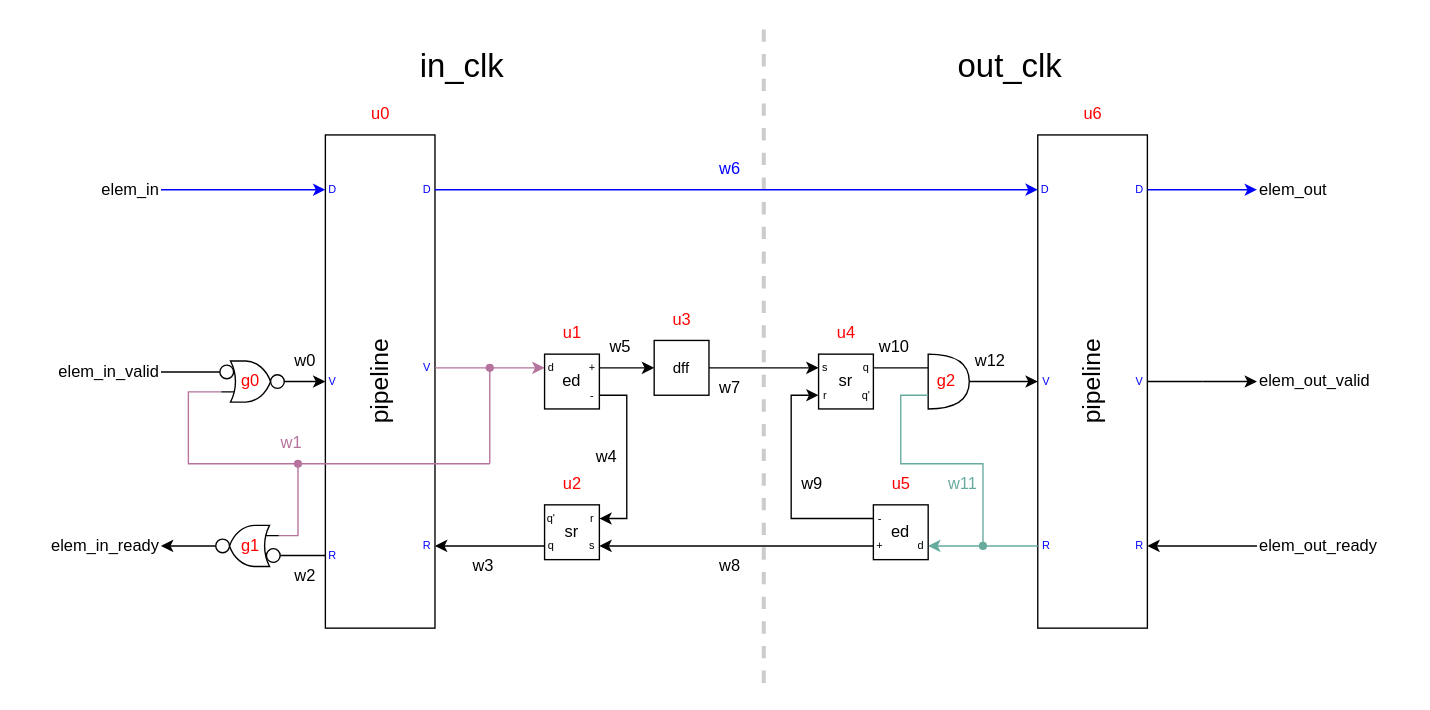
The draw.io diagram diagrams/cdc_pipeline.drawio in squared-studio/common, before the edit. Source tidied: cells renumbered, new cells numbered last; positions are measured from the earlier drawing's top-left corner, leaving out a move shared by most shapes. Both pictures are drawn from the tidied source at 137%, with x=0, y=0 at pixel (23, 25).
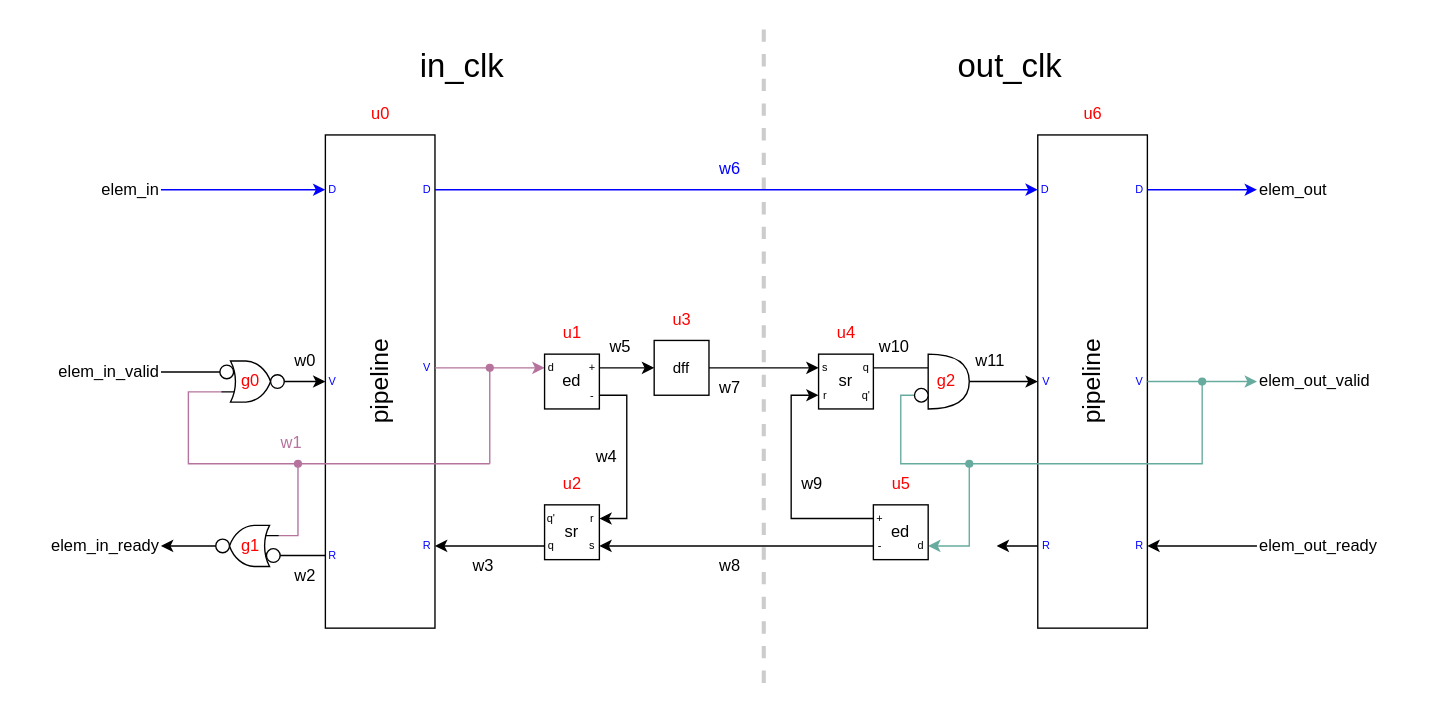
The same page after the edit.

Unchanged cells that the change refers to:
```xml
<mxCell id="21" style="shape=or;whiteSpace=wrap;html=1;direction=east;" parent="1" vertex="1">
  <mxGeometry x="660" y="240" width="30" height="40" as="geometry" />
</mxCell>
<mxCell id="72" style="group;" parent="1" vertex="1">
  <mxGeometry x="620" y="350" width="40" height="40" as="geometry" />
</mxCell>
<mxCell id="74" value="d" style="rounded=0;whiteSpace=wrap;html=1;fontSize=8;fillColor=none;strokeColor=none;" parent="72" vertex="1">
  <mxGeometry x="30" y="20" width="10" height="20" as="geometry" />
</mxCell>
```

Change to the diagram source:
```diff
@@
-    <mxCell id="24" style="endArrow=none;html=1;rounded=0;endFill=0;" parent="1" edge="1">
+    <mxCell id="24" style="endArrow=none;html=1;rounded=0;endFill=0;strokeColor=#67AB9F;" parent="1" edge="1">
       <mxGeometry relative="1" as="geometry">
         <mxPoint x="820" y="260" as="sourcePoint" />
         <mxPoint x="860" y="260" as="targetPoint" />
       </mxGeometry>
     </mxCell>
-    <mxCell id="25" style="endArrow=classic;html=1;rounded=0;" parent="1" edge="1">
+    <mxCell id="25" style="endArrow=classic;html=1;rounded=0;strokeColor=#67AB9F;" parent="1" edge="1">
       <mxGeometry relative="1" as="geometry">
         <mxPoint x="860" y="260" as="sourcePoint" />
         <mxPoint x="900" y="260" as="targetPoint" />
       </mxGeometry>
     </mxCell>
@@
     <mxCell id="68" style="edgeStyle=orthogonalEdgeStyle;rounded=0;jettySize=auto;html=1;entryX=0;entryY=0.75;entryDx=0;entryDy=0;entryPerimeter=0;endArrow=none;endFill=0;strokeColor=#67AB9F;" parent="1" edge="1" source="70" target="21">
       <mxGeometry relative="1" as="geometry">
         <Array as="points">
-          <mxPoint x="700" y="320" />
           <mxPoint x="640" y="320" />
           <mxPoint x="640" y="270" />
         </Array>
       </mxGeometry>
     </mxCell>
     <mxCell id="69" style="edgeStyle=orthogonalEdgeStyle;rounded=0;jettySize=auto;html=1;entryX=1;entryY=0.5;entryDx=0;entryDy=0;strokeColor=#67AB9F;" parent="1" edge="1" source="70" target="74">
-      <mxGeometry relative="1" as="geometry" />
+      <mxGeometry relative="1" as="geometry">
+        <Array as="points">
+          <mxPoint x="690" y="320" />
+          <mxPoint x="690" y="380" />
+        </Array>
+      </mxGeometry>
     </mxCell>
     <mxCell id="70" style="shape=waypoint;sketch=0;size=6;points=[];fillColor=none;perimeter=centerPerimeter;snapToPoint=1;strokeColor=#67AB9F;" parent="1" vertex="1">
-      <mxGeometry x="690" y="370" width="20" height="20" as="geometry" />
+      <mxGeometry x="680" y="310" width="20" height="20" as="geometry" />
     </mxCell>
-    <mxCell id="71" style="endArrow=none;html=1;rounded=0;endFill=0;startArrow=none;startFill=0;exitX=0.671;exitY=0.918;exitDx=0;exitDy=0;exitPerimeter=0;strokeColor=#67AB9F;" parent="1" edge="1" source="70">
-      <mxGeometry relative="1" as="geometry">
-        <mxPoint x="740" y="380" as="targetPoint" />
-      </mxGeometry>
-    </mxCell>
@@
-    <mxCell id="75" value="+" style="rounded=0;whiteSpace=wrap;html=1;fontSize=8;fillColor=none;strokeColor=none;" parent="72" vertex="1">
+    <mxCell id="75" value="-" style="rounded=0;whiteSpace=wrap;html=1;fontSize=8;fillColor=none;strokeColor=none;" parent="72" vertex="1">
       <mxGeometry y="20" width="10" height="20" as="geometry" />
     </mxCell>
-    <mxCell id="76" value="-" style="rounded=0;whiteSpace=wrap;html=1;fontSize=8;fillColor=none;strokeColor=none;" parent="72" vertex="1">
+    <mxCell id="76" value="+" style="rounded=0;whiteSpace=wrap;html=1;fontSize=8;fillColor=none;strokeColor=none;" parent="72" vertex="1">
       <mxGeometry width="10" height="20" as="geometry" />
     </mxCell>
@@
-    <mxCell id="88" value="w11" style="text;html=1;align=center;verticalAlign=middle;strokeColor=none;fillColor=none;fontColor=#67AB9F;" parent="1" vertex="1">
-      <mxGeometry x="665" y="320" width="40" height="30" as="geometry" />
-    </mxCell>
@@
-    <mxCell id="93" value="w12" style="text;html=1;align=center;verticalAlign=middle;strokeColor=none;fillColor=none;fontColor=#000000;" parent="1" vertex="1">
-      <mxGeometry x="680" y="230" width="50" height="30" as="geometry" />
+    <mxCell id="93" value="w11" style="text;html=1;align=center;verticalAlign=middle;strokeColor=none;fillColor=none;fontColor=#000000;" parent="1" vertex="1">
+      <mxGeometry x="685" y="230" width="40" height="30" as="geometry" />
     </mxCell>
@@
+    <mxCell id="110" style="endArrow=classic;html=1;rounded=0;" parent="1" edge="1">
+      <mxGeometry relative="1" as="geometry">
+        <mxPoint x="740" y="380" as="sourcePoint" />
+        <mxPoint x="710" y="380" as="targetPoint" />
+      </mxGeometry>
+    </mxCell>
+    <mxCell id="111" style="ellipse;whiteSpace=wrap;html=1;" parent="1" vertex="1">
+      <mxGeometry x="650" y="265" width="10" height="10" as="geometry" />
+    </mxCell>
+    <mxCell id="112" style="endArrow=none;html=1;rounded=0;exitX=0.657;exitY=0.9;exitDx=0;exitDy=0;exitPerimeter=0;strokeColor=#67AB9F;" parent="1" edge="1" source="70">
+      <mxGeometry relative="1" as="geometry">
+        <mxPoint x="860" y="260" as="targetPoint" />
+        <Array as="points">
+          <mxPoint x="860" y="320" />
+        </Array>
+      </mxGeometry>
+    </mxCell>
+    <mxCell id="113" style="shape=waypoint;sketch=0;size=6;fillColor=none;perimeter=centerPerimeter;strokeColor=#67AB9F;" parent="1" vertex="1">
+      <mxGeometry x="850" y="250" width="20" height="20" as="geometry" />
+    </mxCell>
```
